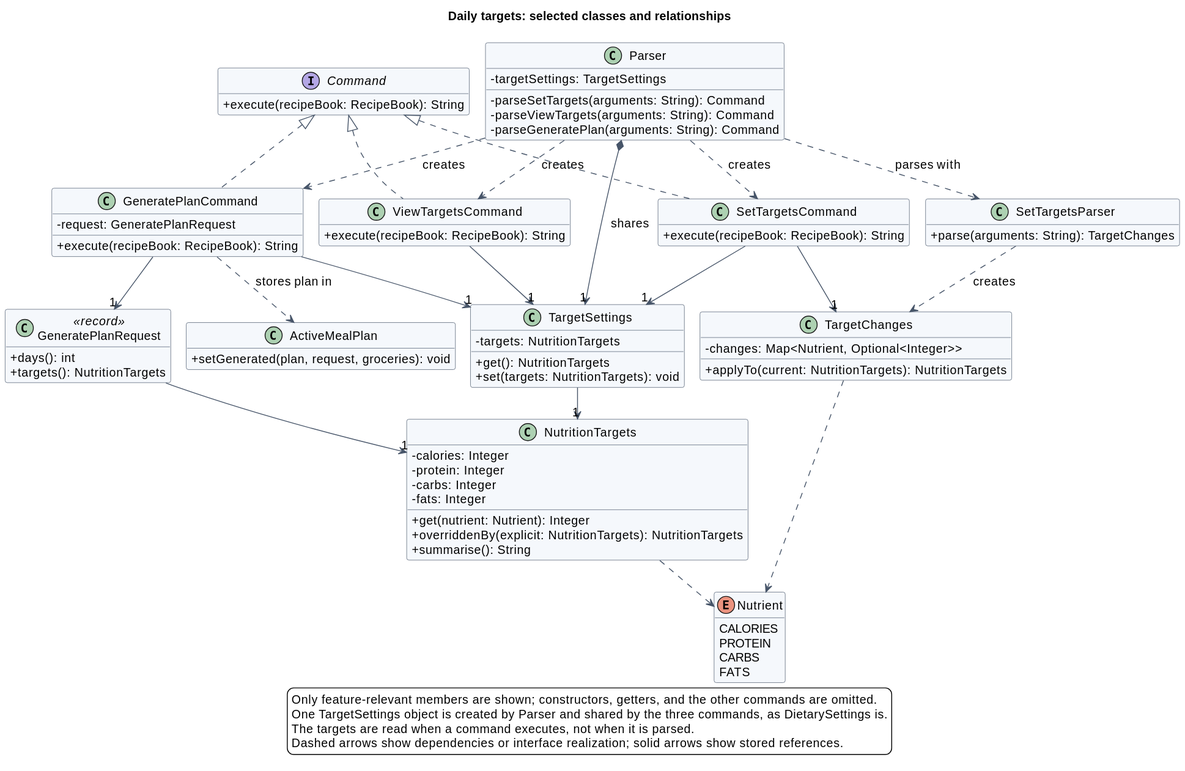
Before: docs/images/targets/classes.svg, a diagram exported from PlantUML (AY2627S1-CS2113-W13-4/tp).
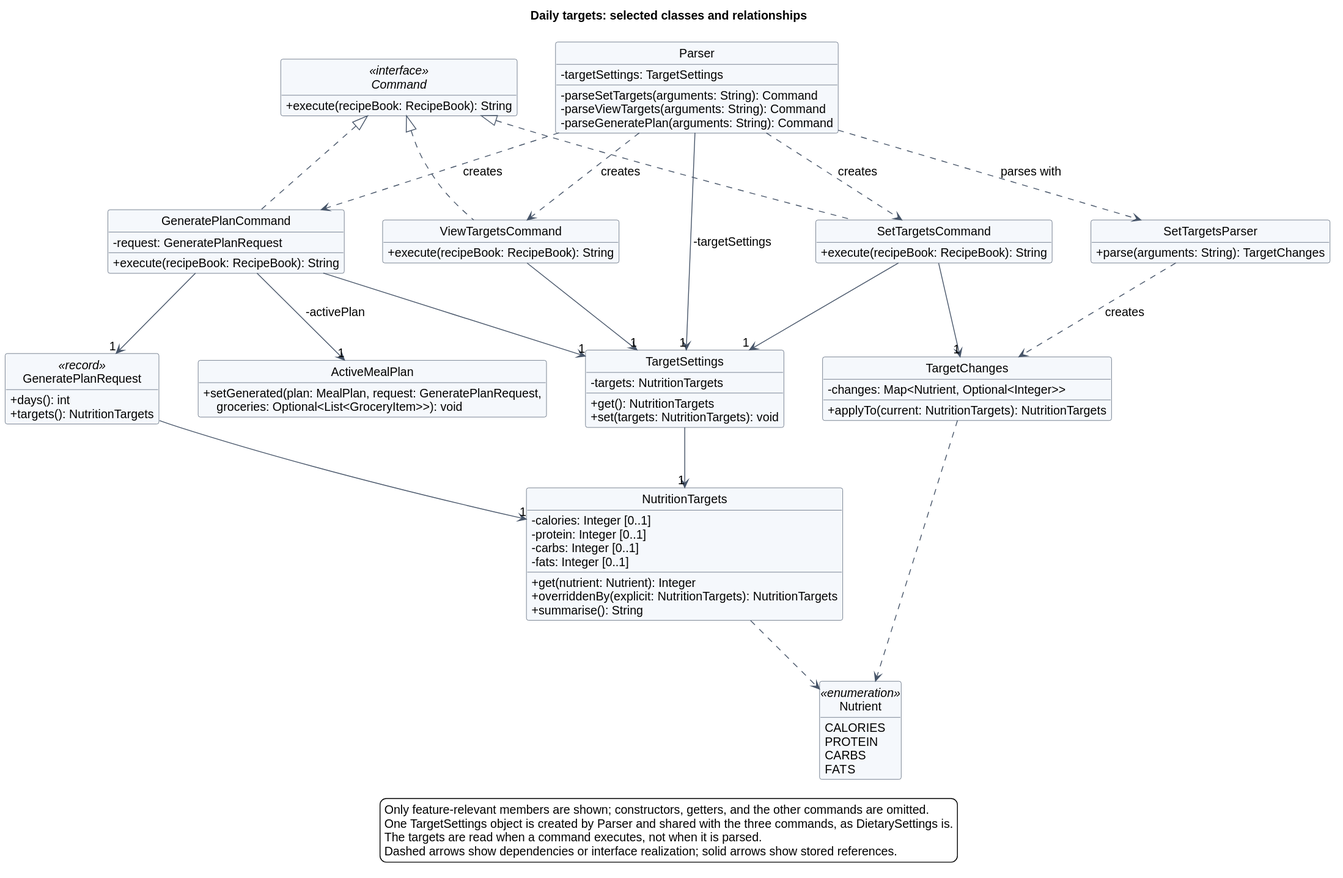
After the commit.

Change to the diagram source:
```diff
@@ -17,7 +17,7 @@
 class SetTargetsParser {
   + parse(arguments: String): TargetChanges
 }
-interface Command {
+interface Command <<interface>> {
   + execute(recipeBook: RecipeBook): String
 }
 class SetTargetsCommand {
@@ -40,15 +40,15 @@
   + set(targets: NutritionTargets): void
 }
 class NutritionTargets {
-  - calories: Integer
-  - protein: Integer
-  - carbs: Integer
-  - fats: Integer
+  - calories: Integer [0..1]
+  - protein: Integer [0..1]
+  - carbs: Integer [0..1]
+  - fats: Integer [0..1]
   + get(nutrient: Nutrient): Integer
   + overriddenBy(explicit: NutritionTargets): NutritionTargets
   + summarise(): String
 }
-enum Nutrient {
+enum Nutrient <<enumeration>> {
   CALORIES
   PROTEIN
   CARBS
@@ -59,14 +59,14 @@
   + targets(): NutritionTargets
 }
 class ActiveMealPlan {
-  + setGenerated(plan, request, groceries): void
+  + setGenerated(plan: MealPlan, request: GeneratePlanRequest,\n    groceries: Optional<List<GroceryItem>>): void
 }
 
 Parser ..> SetTargetsParser : parses with
 Parser ..> SetTargetsCommand : creates
 Parser ..> ViewTargetsCommand : creates
 Parser ..> GeneratePlanCommand : creates
-Parser *--> "1" TargetSettings : shares
+Parser --> "1" TargetSettings : -targetSettings
 SetTargetsParser ..> TargetChanges : creates
 SetTargetsCommand .up.|> Command
 ViewTargetsCommand .up.|> Command
@@ -76,7 +76,7 @@
 ViewTargetsCommand --> "1" TargetSettings
 GeneratePlanCommand --> "1" TargetSettings
 GeneratePlanCommand --> "1" GeneratePlanRequest
-GeneratePlanCommand ..> ActiveMealPlan : stores plan in
+GeneratePlanCommand --> "1" ActiveMealPlan : -activePlan
 TargetSettings --> "1" NutritionTargets
 GeneratePlanRequest --> "1" NutritionTargets
 TargetChanges ..> Nutrient
@@ -84,7 +84,7 @@
 
 legend bottom
   Only feature-relevant members are shown; constructors, getters, and the other commands are omitted.
-  One TargetSettings object is created by Parser and shared by the three commands, as DietarySettings is.
+  One TargetSettings object is created by Parser and shared with the three commands, as DietarySettings is.
   The targets are read when a command executes, not when it is parsed.
   Dashed arrows show dependencies or interface realization; solid arrows show stored references.
 endlegend
```
